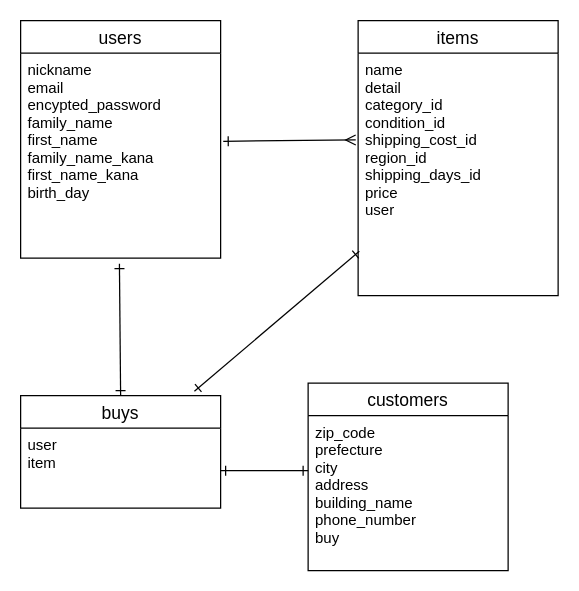
maron75/furima-37920 keeps this draw.io diagram as app/views/test.dio. Above is the earlier version. Source tidied: cells renumbered, new cells numbered last; positions are measured from the earlier drawing's top-left corner, leaving out a move shared by most shapes. Both pictures are drawn from the tidied source at 125%, with x=0, y=0 at pixel (20, 20).
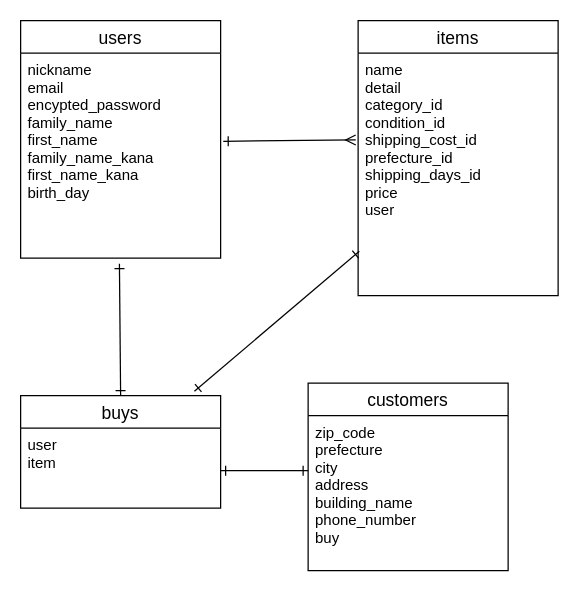
The same diagram, later.

Change to the diagram source:
```diff
@@
 <mxGraphModel>
   <root>
     <mxCell id="0" />
     <mxCell id="1" parent="0" />
     <mxCell id="2" value="users" style="swimlane;fontStyle=0;horizontal=1;startSize=26;align=center;fontSize=14;" parent="1" vertex="1">
       <mxGeometry width="160" height="190" as="geometry" />
     </mxCell>
     <mxCell id="3" value="nickname&#10;email&#10;encypted_password&#10;family_name&#10;first_name&#10;family_name_kana&#10;first_name_kana&#10;birth_day&#10;" style="text;strokeColor=none;fillColor=none;spacingLeft=4;spacingRight=4;overflow=hidden;points=[[0,0.5],[1,0.5]];portConstraint=eastwest;fontSize=12;" parent="2" vertex="1">
       <mxGeometry y="26" width="160" height="164" as="geometry" />
     </mxCell>
     <mxCell id="4" value="items" style="swimlane;fontStyle=0;horizontal=1;startSize=26;align=center;fontSize=14;" parent="1" vertex="1">
       <mxGeometry x="270" width="160" height="220" as="geometry" />
     </mxCell>
-    <mxCell id="5" value="name&#10;detail&#10;category_id&#10;condition_id&#10;shipping_cost_id&#10;region_id&#10;shipping_days_id&#10;price&#10;user&#10;" style="text;strokeColor=none;fillColor=none;spacingLeft=4;spacingRight=4;overflow=hidden;points=[[0,0.5],[1,0.5]];portConstraint=eastwest;fontSize=12;" parent="4" vertex="1">
+    <mxCell id="5" value="name&#10;detail&#10;category_id&#10;condition_id&#10;shipping_cost_id&#10;prefecture_id&#10;shipping_days_id&#10;price&#10;user&#10;" style="text;strokeColor=none;fillColor=none;spacingLeft=4;spacingRight=4;overflow=hidden;points=[[0,0.5],[1,0.5]];portConstraint=eastwest;fontSize=12;" parent="4" vertex="1">
       <mxGeometry y="26" width="160" height="194" as="geometry" />
     </mxCell>
     <mxCell id="6" value="buys" style="swimlane;fontStyle=0;horizontal=1;startSize=26;align=center;fontSize=14;" parent="1" vertex="1">
       <mxGeometry y="300" width="160" height="90" as="geometry" />
     </mxCell>
     <mxCell id="7" value="user&#10;item" style="text;strokeColor=none;fillColor=none;spacingLeft=4;spacingRight=4;overflow=hidden;fontSize=12;" parent="6" vertex="1">
       <mxGeometry y="26" width="160" height="64" as="geometry" />
     </mxCell>
     <mxCell id="8" style="endArrow=ERone;html=1;rounded=0;strokeColor=default;entryX=0.5;entryY=0;entryDx=0;entryDy=0;exitX=0.494;exitY=1.027;exitDx=0;exitDy=0;exitPerimeter=0;startArrow=ERone;startFill=0;endFill=0;" parent="1" edge="1" source="3" target="6">
       <mxGeometry relative="1" as="geometry" />
     </mxCell>
     <mxCell id="9" value="customers" style="swimlane;fontStyle=0;horizontal=1;startSize=26;align=center;fontSize=14;" parent="1" vertex="1">
       <mxGeometry x="230" y="290" width="160" height="150" as="geometry" />
     </mxCell>
     <mxCell id="10" value="zip_code&#10;prefecture&#10;city&#10;address&#10;building_name&#10;phone_number&#10;buy&#10;" style="text;strokeColor=none;fillColor=none;spacingLeft=4;spacingRight=4;overflow=hidden;fontSize=12;" parent="1" vertex="1">
       <mxGeometry x="230" y="316" width="160" height="114" as="geometry" />
     </mxCell>
     <mxCell id="11" style="endArrow=ERone;html=1;rounded=0;endFill=0;startArrow=ERone;startFill=0;" parent="1" edge="1">
       <mxGeometry relative="1" as="geometry">
         <mxPoint x="160" y="360" as="sourcePoint" />
         <mxPoint x="230" y="360" as="targetPoint" />
       </mxGeometry>
     </mxCell>
     <mxCell id="12" style="endArrow=ERone;html=1;rounded=0;exitX=0.869;exitY=-0.039;exitDx=0;exitDy=0;exitPerimeter=0;entryX=0.006;entryY=0.817;entryDx=0;entryDy=0;entryPerimeter=0;endFill=0;startArrow=ERone;startFill=0;" parent="1" edge="1" source="6" target="5">
       <mxGeometry relative="1" as="geometry" />
     </mxCell>
     <mxCell id="13" style="endArrow=ERmany;html=1;rounded=0;exitX=1.013;exitY=0.43;exitDx=0;exitDy=0;exitPerimeter=0;entryX=-0.012;entryY=0.358;entryDx=0;entryDy=0;entryPerimeter=0;endFill=0;startArrow=ERone;startFill=0;" parent="1" edge="1" source="3" target="5">
       <mxGeometry relative="1" as="geometry" />
     </mxCell>
   </root>
 </mxGraphModel>
```
